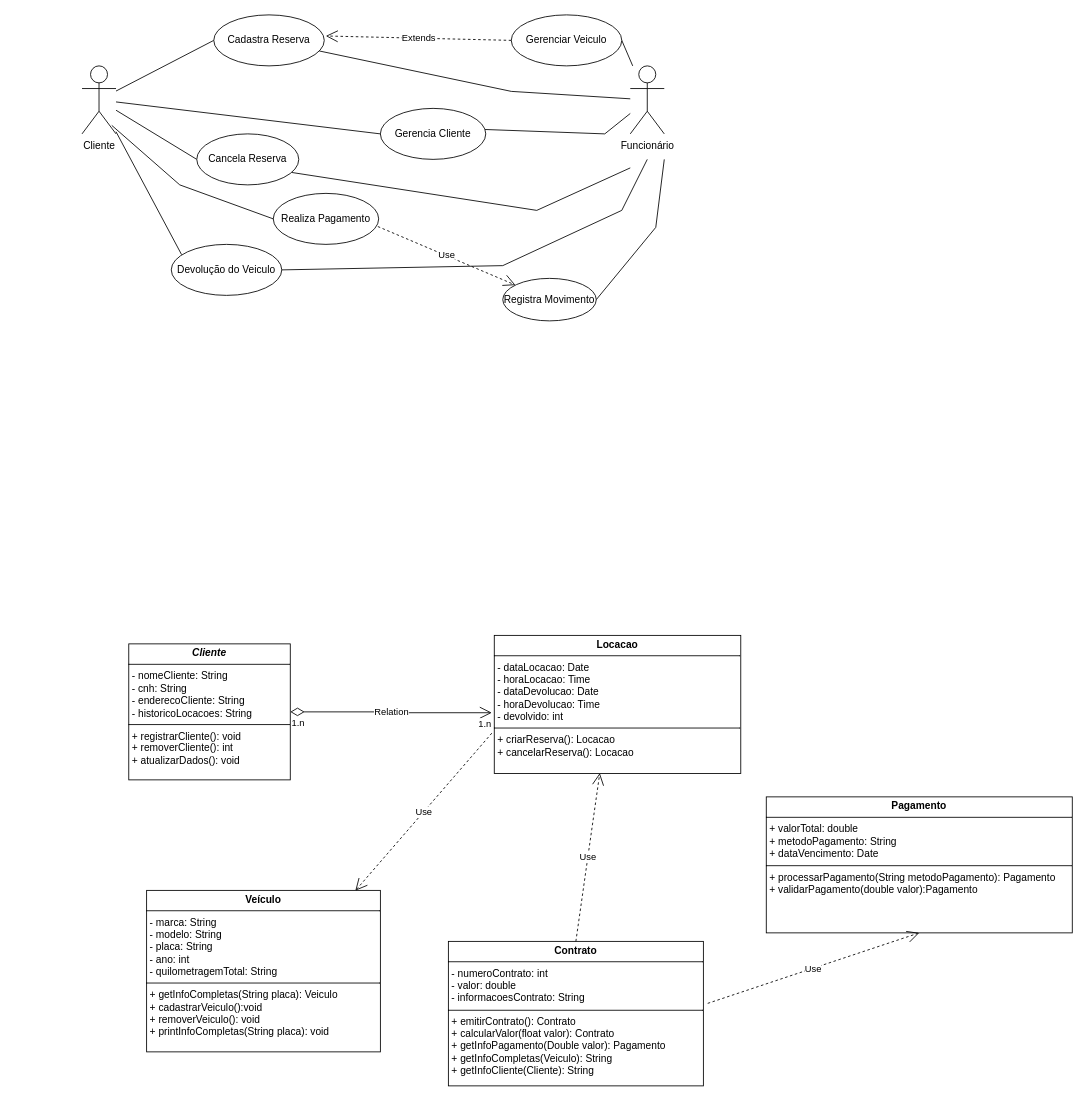
This is diagrama_casosUso.drawio from Thaynara3/mdc118, a draw.io file, before an edit. Source tidied: cells renumbered, new cells numbered last; positions are measured from the earlier drawing's top-left corner, leaving out a move shared by most shapes. Both pictures are drawn from the tidied source at 85%, with x=0, y=0 at pixel (82, 14).
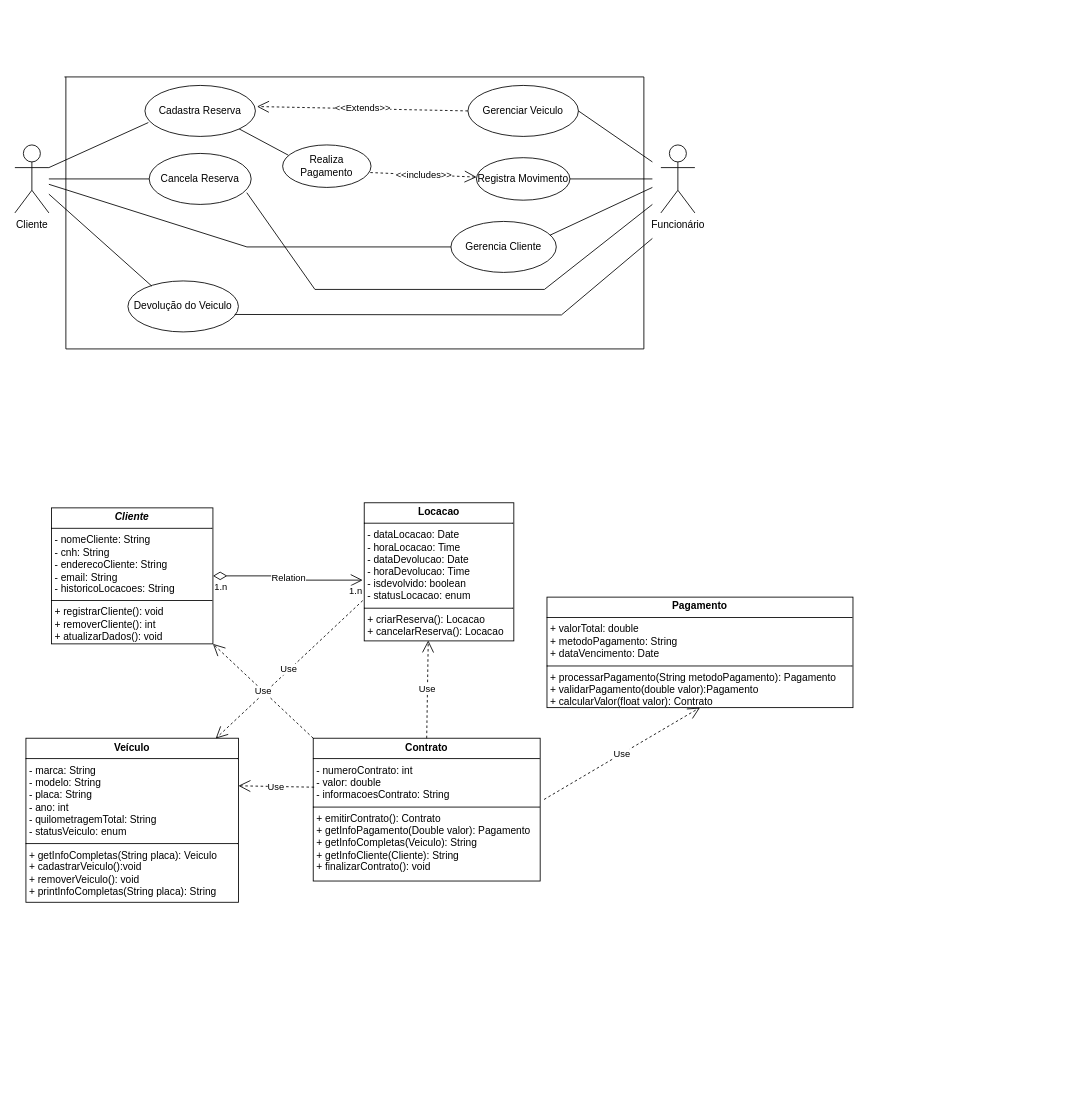
The same page after the edit.

Change to the diagram source:
```diff
@@
     <mxCell id="2" value="Cliente" style="shape=umlActor;verticalLabelPosition=bottom;verticalAlign=top;html=1;outlineConnect=0;" parent="1" vertex="1">
-      <mxGeometry y="60" width="40" height="80" as="geometry" />
+      <mxGeometry x="-79" y="153" width="40" height="80" as="geometry" />
     </mxCell>
     <mxCell id="3" value="Funcionário" style="shape=umlActor;verticalLabelPosition=bottom;verticalAlign=top;html=1;outlineConnect=0;" parent="1" vertex="1">
-      <mxGeometry x="645" y="60" width="40" height="80" as="geometry" />
+      <mxGeometry x="681" y="153" width="40" height="80" as="geometry" />
     </mxCell>
-    <mxCell id="4" style="endArrow=none;html=1;rounded=0;entryX=0;entryY=0.5;entryDx=0;entryDy=0;" parent="1" edge="1" source="2" target="24">
-      <mxGeometry relative="1" as="geometry" />
-    </mxCell>
-    <mxCell id="5" style="endArrow=none;html=1;rounded=0;entryX=0;entryY=0.5;entryDx=0;entryDy=0;" parent="1" edge="1" source="2" target="25">
-      <mxGeometry relative="1" as="geometry" />
-    </mxCell>
-    <mxCell id="6" style="endArrow=none;html=1;rounded=0;entryX=1;entryY=0.5;entryDx=0;entryDy=0;" parent="1" edge="1" source="3" target="20">
-      <mxGeometry relative="1" as="geometry" />
-    </mxCell>
-    <mxCell id="7" style="endArrow=none;html=1;rounded=0;entryX=0.993;entryY=0.414;entryDx=0;entryDy=0;entryPerimeter=0;" parent="1" edge="1" source="3" target="21">
-      <mxGeometry relative="1" as="geometry">
-        <Array as="points">
-          <mxPoint x="615" y="140" />
-        </Array>
-      </mxGeometry>
-    </mxCell>
-    <mxCell id="8" style="endArrow=none;html=1;rounded=0;entryX=1;entryY=0.5;entryDx=0;entryDy=0;" parent="1" edge="1" target="22">
-      <mxGeometry relative="1" as="geometry">
-        <mxPoint x="665" y="170" as="sourcePoint" />
-        <Array as="points">
-          <mxPoint x="635" y="230" />
-          <mxPoint x="495" y="295" />
-        </Array>
-      </mxGeometry>
-    </mxCell>
-    <mxCell id="9" value="&lt;p style=&quot;margin:0px;margin-top:4px;text-align:center;&quot;&gt;&lt;i&gt;&lt;b&gt;Cliente&lt;/b&gt;&lt;/i&gt;&lt;/p&gt;&lt;hr size=&quot;1&quot; style=&quot;border-style:solid;&quot;&gt;&lt;p style=&quot;margin:0px;margin-left:4px;&quot;&gt;- nomeCliente: String&lt;br&gt;- cnh: String&lt;/p&gt;&lt;p style=&quot;margin:0px;margin-left:4px;&quot;&gt;- enderecoCliente: String&lt;/p&gt;&lt;p style=&quot;margin:0px;margin-left:4px;&quot;&gt;- historicoLocacoes: String&lt;/p&gt;&lt;hr size=&quot;1&quot; style=&quot;border-style:solid;&quot;&gt;&lt;p style=&quot;margin:0px;margin-left:4px;&quot;&gt;+ registrarCliente(): void&lt;/p&gt;&lt;p style=&quot;margin:0px;margin-left:4px;&quot;&gt;+ removerCliente(): int&lt;br&gt;+ atualizarDados(): void&lt;/p&gt;" style="verticalAlign=top;align=left;overflow=fill;html=1;whiteSpace=wrap;" parent="1" vertex="1">
-      <mxGeometry x="55" y="740" width="190" height="160" as="geometry" />
+    <mxCell id="9" value="&lt;p style=&quot;margin:0px;margin-top:4px;text-align:center;&quot;&gt;&lt;i&gt;&lt;b&gt;Cliente&lt;/b&gt;&lt;/i&gt;&lt;/p&gt;&lt;hr size=&quot;1&quot; style=&quot;border-style:solid;&quot;&gt;&lt;p style=&quot;margin:0px;margin-left:4px;&quot;&gt;- nomeCliente: String&lt;br&gt;- cnh: String&lt;/p&gt;&lt;p style=&quot;margin:0px;margin-left:4px;&quot;&gt;- enderecoCliente: String&lt;/p&gt;&lt;p style=&quot;margin:0px;margin-left:4px;&quot;&gt;- email: String&lt;/p&gt;&lt;p style=&quot;margin:0px;margin-left:4px;&quot;&gt;- historicoLocacoes: String&lt;/p&gt;&lt;hr size=&quot;1&quot; style=&quot;border-style:solid;&quot;&gt;&lt;p style=&quot;margin:0px;margin-left:4px;&quot;&gt;+ registrarCliente(): void&lt;/p&gt;&lt;p style=&quot;margin:0px;margin-left:4px;&quot;&gt;+ removerCliente(): int&lt;br&gt;+ atualizarDados(): void&lt;/p&gt;" style="verticalAlign=top;align=left;overflow=fill;html=1;whiteSpace=wrap;" parent="1" vertex="1">
+      <mxGeometry x="-36" y="580" width="190" height="160" as="geometry" />
     </mxCell>
-    <mxCell id="10" value="&lt;p style=&quot;margin:0px;margin-top:4px;text-align:center;&quot;&gt;&lt;b&gt;Veículo&lt;/b&gt;&lt;/p&gt;&lt;hr size=&quot;1&quot; style=&quot;border-style:solid;&quot;&gt;&lt;p style=&quot;margin:0px;margin-left:4px;&quot;&gt;- marca: String&lt;/p&gt;&lt;p style=&quot;margin:0px;margin-left:4px;&quot;&gt;- modelo: String&lt;/p&gt;&lt;p style=&quot;margin:0px;margin-left:4px;&quot;&gt;- placa: String&lt;/p&gt;&lt;p style=&quot;margin:0px;margin-left:4px;&quot;&gt;- ano: int&lt;/p&gt;&lt;p style=&quot;margin:0px;margin-left:4px;&quot;&gt;- quilometragemTotal: String&lt;/p&gt;&lt;hr size=&quot;1&quot; style=&quot;border-style:solid;&quot;&gt;&lt;p style=&quot;margin:0px;margin-left:4px;&quot;&gt;+ getInfoCompletas(String placa): Veiculo&lt;/p&gt;&lt;p style=&quot;margin:0px;margin-left:4px;&quot;&gt;+ cadastrarVeiculo():void&lt;/p&gt;&lt;p style=&quot;margin:0px;margin-left:4px;&quot;&gt;+ removerVeiculo(): void&lt;/p&gt;&lt;p style=&quot;margin:0px;margin-left:4px;&quot;&gt;+ printInfoCompletas(String placa): void&lt;/p&gt;" style="verticalAlign=top;align=left;overflow=fill;html=1;whiteSpace=wrap;" parent="1" vertex="1">
-      <mxGeometry x="76" y="1030" width="275" height="190" as="geometry" />
+    <mxCell id="10" value="&lt;p style=&quot;margin:0px;margin-top:4px;text-align:center;&quot;&gt;&lt;b&gt;Veículo&lt;/b&gt;&lt;/p&gt;&lt;hr size=&quot;1&quot; style=&quot;border-style:solid;&quot;&gt;&lt;p style=&quot;margin:0px;margin-left:4px;&quot;&gt;- marca: String&lt;/p&gt;&lt;p style=&quot;margin:0px;margin-left:4px;&quot;&gt;- modelo: String&lt;/p&gt;&lt;p style=&quot;margin:0px;margin-left:4px;&quot;&gt;- placa: String&lt;/p&gt;&lt;p style=&quot;margin:0px;margin-left:4px;&quot;&gt;- ano: int&lt;/p&gt;&lt;p style=&quot;margin:0px;margin-left:4px;&quot;&gt;- quilometragemTotal: String&lt;/p&gt;&lt;p style=&quot;margin:0px;margin-left:4px;&quot;&gt;- statusVeiculo: enum&lt;/p&gt;&lt;hr size=&quot;1&quot; style=&quot;border-style:solid;&quot;&gt;&lt;p style=&quot;margin:0px;margin-left:4px;&quot;&gt;+ getInfoCompletas(String placa): Veiculo&lt;/p&gt;&lt;p style=&quot;margin:0px;margin-left:4px;&quot;&gt;+ cadastrarVeiculo():void&lt;/p&gt;&lt;p style=&quot;margin:0px;margin-left:4px;&quot;&gt;+ removerVeiculo(): void&lt;/p&gt;&lt;p style=&quot;margin:0px;margin-left:4px;&quot;&gt;+ printInfoCompletas(String placa): String&lt;/p&gt;" style="verticalAlign=top;align=left;overflow=fill;html=1;whiteSpace=wrap;" parent="1" vertex="1">
+      <mxGeometry x="-66" y="851" width="250" height="193" as="geometry" />
     </mxCell>
-    <mxCell id="11" value="&lt;p style=&quot;margin:0px;margin-top:4px;text-align:center;&quot;&gt;&lt;b&gt;Locacao&lt;/b&gt;&lt;/p&gt;&lt;hr size=&quot;1&quot; style=&quot;border-style:solid;&quot;&gt;&lt;p style=&quot;margin:0px;margin-left:4px;&quot;&gt;&lt;span style=&quot;background-color: initial;&quot;&gt;- dataLocacao: Date&lt;/span&gt;&lt;br&gt;&lt;/p&gt;&lt;p style=&quot;margin:0px;margin-left:4px;&quot;&gt;- horaLocacao: Time&lt;/p&gt;&lt;p style=&quot;margin:0px;margin-left:4px;&quot;&gt;- dataDevolucao: Date&lt;/p&gt;&lt;p style=&quot;margin:0px;margin-left:4px;&quot;&gt;- horaDevolucao: Time&lt;/p&gt;&lt;p style=&quot;margin:0px;margin-left:4px;&quot;&gt;- devolvido: int&lt;/p&gt;&lt;hr size=&quot;1&quot; style=&quot;border-style:solid;&quot;&gt;&lt;p style=&quot;margin:0px;margin-left:4px;&quot;&gt;+ criarReserva(): Locacao&lt;/p&gt;&lt;p style=&quot;margin:0px;margin-left:4px;&quot;&gt;+ cancelarReserva(): Locacao&lt;/p&gt;&lt;p style=&quot;margin:0px;margin-left:4px;&quot;&gt;&lt;br&gt;&lt;/p&gt;" style="verticalAlign=top;align=left;overflow=fill;html=1;whiteSpace=wrap;" parent="1" vertex="1">
-      <mxGeometry x="485" y="730" width="290" height="162.5" as="geometry" />
+    <mxCell id="11" value="&lt;p style=&quot;margin:0px;margin-top:4px;text-align:center;&quot;&gt;&lt;b&gt;Locacao&lt;/b&gt;&lt;/p&gt;&lt;hr size=&quot;1&quot; style=&quot;border-style:solid;&quot;&gt;&lt;p style=&quot;margin:0px;margin-left:4px;&quot;&gt;&lt;span style=&quot;background-color: initial;&quot;&gt;- dataLocacao: Date&lt;/span&gt;&lt;br&gt;&lt;/p&gt;&lt;p style=&quot;margin:0px;margin-left:4px;&quot;&gt;- horaLocacao: Time&lt;/p&gt;&lt;p style=&quot;margin:0px;margin-left:4px;&quot;&gt;- dataDevolucao: Date&lt;/p&gt;&lt;p style=&quot;margin:0px;margin-left:4px;&quot;&gt;- horaDevolucao: Time&lt;/p&gt;&lt;p style=&quot;margin:0px;margin-left:4px;&quot;&gt;- isdevolvido: boolean&lt;/p&gt;&lt;p style=&quot;margin:0px;margin-left:4px;&quot;&gt;- statusLocacao: enum&lt;/p&gt;&lt;hr size=&quot;1&quot; style=&quot;border-style:solid;&quot;&gt;&lt;p style=&quot;margin:0px;margin-left:4px;&quot;&gt;+ criarReserva(): Locacao&lt;/p&gt;&lt;p style=&quot;margin:0px;margin-left:4px;&quot;&gt;+ cancelarReserva(): Locacao&lt;/p&gt;&lt;p style=&quot;margin:0px;margin-left:4px;&quot;&gt;&lt;br&gt;&lt;/p&gt;" style="verticalAlign=top;align=left;overflow=fill;html=1;whiteSpace=wrap;" parent="1" vertex="1">
+      <mxGeometry x="332" y="574" width="176" height="162.5" as="geometry" />
     </mxCell>
-    <mxCell id="12" value="&lt;p style=&quot;margin:0px;margin-top:4px;text-align:center;&quot;&gt;&lt;b&gt;Contrato&lt;/b&gt;&lt;/p&gt;&lt;hr size=&quot;1&quot; style=&quot;border-style:solid;&quot;&gt;&lt;p style=&quot;margin:0px;margin-left:4px;&quot;&gt;- numeroContrato: int&lt;/p&gt;&lt;p style=&quot;margin:0px;margin-left:4px;&quot;&gt;- valor: double&lt;/p&gt;&lt;p style=&quot;margin:0px;margin-left:4px;&quot;&gt;- informacoesContrato: String&lt;/p&gt;&lt;hr size=&quot;1&quot; style=&quot;border-style:solid;&quot;&gt;&lt;p style=&quot;margin:0px;margin-left:4px;&quot;&gt;+ emitirContrato(): Contrato&lt;/p&gt;&lt;p style=&quot;margin:0px;margin-left:4px;&quot;&gt;+ calcularValor(float valor): Contrato&lt;/p&gt;&lt;p style=&quot;margin:0px;margin-left:4px;&quot;&gt;+ getInfoPagamento(Double valor): Pagamento&lt;/p&gt;&lt;p style=&quot;margin: 0px 0px 0px 4px;&quot;&gt;+ getInfoCompletas(Veiculo): String&lt;/p&gt;&lt;p style=&quot;margin: 0px 0px 0px 4px;&quot;&gt;+ getInfoCliente(Cliente): String&lt;/p&gt;" style="verticalAlign=top;align=left;overflow=fill;html=1;whiteSpace=wrap;" parent="1" vertex="1">
-      <mxGeometry x="431" y="1090" width="300" height="170" as="geometry" />
+    <mxCell id="12" value="&lt;p style=&quot;margin:0px;margin-top:4px;text-align:center;&quot;&gt;&lt;b&gt;Contrato&lt;/b&gt;&lt;/p&gt;&lt;hr size=&quot;1&quot; style=&quot;border-style:solid;&quot;&gt;&lt;p style=&quot;margin:0px;margin-left:4px;&quot;&gt;- numeroContrato: int&lt;/p&gt;&lt;p style=&quot;margin:0px;margin-left:4px;&quot;&gt;- valor: double&lt;/p&gt;&lt;p style=&quot;margin:0px;margin-left:4px;&quot;&gt;- informacoesContrato: String&lt;/p&gt;&lt;hr size=&quot;1&quot; style=&quot;border-style:solid;&quot;&gt;&lt;p style=&quot;margin:0px;margin-left:4px;&quot;&gt;+ emitirContrato(): Contrato&lt;/p&gt;&lt;p style=&quot;margin:0px;margin-left:4px;&quot;&gt;+ getInfoPagamento(Double valor): Pagamento&lt;/p&gt;&lt;p style=&quot;margin: 0px 0px 0px 4px;&quot;&gt;+ getInfoCompletas(Veiculo): String&lt;/p&gt;&lt;p style=&quot;margin: 0px 0px 0px 4px;&quot;&gt;+ getInfoCliente(Cliente): String&lt;/p&gt;&lt;p style=&quot;margin: 0px 0px 0px 4px;&quot;&gt;+ finalizarContrato(): void&lt;/p&gt;" style="verticalAlign=top;align=left;overflow=fill;html=1;whiteSpace=wrap;" parent="1" vertex="1">
+      <mxGeometry x="272" y="851" width="267" height="168" as="geometry" />
     </mxCell>
-    <mxCell id="13" value="&lt;p style=&quot;margin:0px;margin-top:4px;text-align:center;&quot;&gt;&lt;b&gt;Pagamento&lt;/b&gt;&lt;/p&gt;&lt;hr size=&quot;1&quot; style=&quot;border-style:solid;&quot;&gt;&lt;p style=&quot;margin:0px;margin-left:4px;&quot;&gt;+ valorTotal: double&lt;/p&gt;&lt;p style=&quot;margin:0px;margin-left:4px;&quot;&gt;+ metodoPagamento: String&lt;/p&gt;&lt;p style=&quot;margin:0px;margin-left:4px;&quot;&gt;+ dataVencimento: Date&lt;/p&gt;&lt;hr size=&quot;1&quot; style=&quot;border-style:solid;&quot;&gt;&lt;p style=&quot;margin:0px;margin-left:4px;&quot;&gt;+ processarPagamento(String metodoPagamento): Pagamento&lt;/p&gt;&lt;p style=&quot;margin:0px;margin-left:4px;&quot;&gt;+ validarPagamento(double valor):Pagamento&lt;/p&gt;" style="verticalAlign=top;align=left;overflow=fill;html=1;whiteSpace=wrap;" parent="1" vertex="1">
-      <mxGeometry x="805" y="920" width="360" height="160" as="geometry" />
+    <mxCell id="13" value="&lt;p style=&quot;margin:0px;margin-top:4px;text-align:center;&quot;&gt;&lt;b&gt;Pagamento&lt;/b&gt;&lt;/p&gt;&lt;hr size=&quot;1&quot; style=&quot;border-style:solid;&quot;&gt;&lt;p style=&quot;margin:0px;margin-left:4px;&quot;&gt;+ valorTotal: double&lt;/p&gt;&lt;p style=&quot;margin:0px;margin-left:4px;&quot;&gt;+ metodoPagamento: String&lt;/p&gt;&lt;p style=&quot;margin:0px;margin-left:4px;&quot;&gt;+ dataVencimento: Date&lt;/p&gt;&lt;hr size=&quot;1&quot; style=&quot;border-style:solid;&quot;&gt;&lt;p style=&quot;margin:0px;margin-left:4px;&quot;&gt;+ processarPagamento(String metodoPagamento): Pagamento&lt;/p&gt;&lt;p style=&quot;margin:0px;margin-left:4px;&quot;&gt;+ validarPagamento(double valor):Pagamento&lt;/p&gt;&lt;p style=&quot;margin:0px;margin-left:4px;&quot;&gt;+ calcularValor(float valor): Contrato&lt;br&gt;&lt;/p&gt;" style="verticalAlign=top;align=left;overflow=fill;html=1;whiteSpace=wrap;" parent="1" vertex="1">
+      <mxGeometry x="547" y="685" width="360" height="130" as="geometry" />
     </mxCell>
@@
     <mxCell id="20" value="Gerenciar Veiculo" style="ellipse;whiteSpace=wrap;html=1;" parent="1" vertex="1">
-      <mxGeometry x="505" width="130" height="60" as="geometry" />
+      <mxGeometry x="454" y="83" width="130" height="60" as="geometry" />
     </mxCell>
     <mxCell id="21" value="Gerencia Cliente" style="ellipse;whiteSpace=wrap;html=1;" parent="1" vertex="1">
-      <mxGeometry x="351" y="110" width="124" height="60" as="geometry" />
+      <mxGeometry x="434" y="243" width="124" height="60" as="geometry" />
     </mxCell>
     <mxCell id="22" value="Devolução do Veiculo" style="ellipse;whiteSpace=wrap;html=1;" parent="1" vertex="1">
-      <mxGeometry x="105" y="270" width="130" height="60" as="geometry" />
+      <mxGeometry x="54" y="313" width="130" height="60" as="geometry" />
     </mxCell>
-    <mxCell id="23" style="endArrow=none;html=1;rounded=0;entryX=0.093;entryY=0.2;entryDx=0;entryDy=0;entryPerimeter=0;" parent="1" edge="1" source="2" target="22">
-      <mxGeometry relative="1" as="geometry" />
-    </mxCell>
     <mxCell id="24" value="Cadastra Reserva" style="ellipse;whiteSpace=wrap;html=1;" parent="1" vertex="1">
-      <mxGeometry x="155" width="130" height="60" as="geometry" />
+      <mxGeometry x="74" y="83" width="130" height="60" as="geometry" />
     </mxCell>
     <mxCell id="25" value="Cancela Reserva" style="ellipse;whiteSpace=wrap;html=1;" parent="1" vertex="1">
-      <mxGeometry x="135" y="140" width="120" height="60" as="geometry" />
+      <mxGeometry x="79" y="163" width="120" height="60" as="geometry" />
     </mxCell>
-    <mxCell id="26" style="endArrow=none;html=1;rounded=0;" parent="1" edge="1" source="3" target="24">
-      <mxGeometry relative="1" as="geometry">
-        <Array as="points">
-          <mxPoint x="505" y="90" />
-        </Array>
-      </mxGeometry>
-    </mxCell>
-    <mxCell id="27" value="Extends" style="endArrow=open;endSize=12;dashed=1;html=1;rounded=0;entryX=1.014;entryY=0.414;entryDx=0;entryDy=0;entryPerimeter=0;exitX=0;exitY=0.5;exitDx=0;exitDy=0;" parent="1" edge="1" source="20" target="24">
+    <mxCell id="27" value="&amp;lt;&amp;lt;Extends&amp;gt;&amp;gt;" style="endArrow=open;endSize=12;dashed=1;html=1;rounded=0;entryX=1.014;entryY=0.414;entryDx=0;entryDy=0;entryPerimeter=0;exitX=0;exitY=0.5;exitDx=0;exitDy=0;" parent="1" edge="1" source="20" target="24">
       <mxGeometry relative="1" as="geometry" />
     </mxCell>
-    <mxCell id="28" style="endArrow=none;html=1;rounded=0;exitX=0.932;exitY=0.757;exitDx=0;exitDy=0;exitPerimeter=0;" parent="1" edge="1" source="25">
-      <mxGeometry relative="1" as="geometry">
-        <mxPoint x="645" y="180" as="targetPoint" />
-        <Array as="points">
-          <mxPoint x="535" y="230" />
-          <mxPoint x="645" y="180" />
-        </Array>
-      </mxGeometry>
-    </mxCell>
     <mxCell id="29" value="Realiza Pagamento" style="ellipse;whiteSpace=wrap;html=1;" parent="1" vertex="1">
-      <mxGeometry x="225" y="210" width="124" height="60" as="geometry" />
+      <mxGeometry x="236" y="153" width="104" height="50" as="geometry" />
     </mxCell>
-    <mxCell id="30" style="endArrow=none;html=1;rounded=0;entryX=0;entryY=0.5;entryDx=0;entryDy=0;" parent="1" edge="1" source="2" target="21">
-      <mxGeometry relative="1" as="geometry" />
-    </mxCell>
-    <mxCell id="31" style="endArrow=none;html=1;rounded=0;entryX=0;entryY=0.5;entryDx=0;entryDy=0;exitX=0.875;exitY=0.875;exitDx=0;exitDy=0;exitPerimeter=0;" parent="1" edge="1" source="2" target="29">
-      <mxGeometry relative="1" as="geometry">
-        <Array as="points">
-          <mxPoint x="115" y="200" />
-        </Array>
-      </mxGeometry>
-    </mxCell>
-    <mxCell id="32" value="Use" style="endArrow=open;endSize=12;dashed=1;html=1;rounded=0;exitX=0.992;exitY=0.65;exitDx=0;exitDy=0;exitPerimeter=0;" parent="1" edge="1" source="29" target="33">
+    <mxCell id="32" value="&amp;lt;&amp;lt;includes&amp;gt;&amp;gt;" style="endArrow=open;endSize=12;dashed=1;html=1;rounded=0;exitX=0.992;exitY=0.65;exitDx=0;exitDy=0;exitPerimeter=0;" parent="1" edge="1" source="29" target="33">
       <mxGeometry relative="1" as="geometry" />
     </mxCell>
     <mxCell id="33" value="Registra Movimento" style="ellipse;whiteSpace=wrap;html=1;" parent="1" vertex="1">
-      <mxGeometry x="495" y="310" width="110" height="50" as="geometry" />
+      <mxGeometry x="464" y="168" width="110" height="50" as="geometry" />
     </mxCell>
-    <mxCell id="34" style="endArrow=none;html=1;rounded=0;exitX=1;exitY=0.5;exitDx=0;exitDy=0;" parent="1" edge="1" source="33">
-      <mxGeometry relative="1" as="geometry">
-        <mxPoint x="685" y="170" as="targetPoint" />
-        <Array as="points">
-          <mxPoint x="675" y="250" />
-        </Array>
-      </mxGeometry>
-    </mxCell>
+    <mxCell id="4" style="endArrow=none;html=1;rounded=0;entryX=0.031;entryY=0.728;entryDx=0;entryDy=0;entryPerimeter=0;exitX=1;exitY=0.3333333333333333;exitDx=0;exitDy=0;exitPerimeter=0;" parent="1" edge="1" source="2" target="24">
+      <mxGeometry relative="1" as="geometry" />
+    </mxCell>
+    <mxCell id="5" style="endArrow=none;html=1;rounded=0;entryX=0;entryY=0.5;entryDx=0;entryDy=0;" parent="1" edge="1" source="2" target="25">
+      <mxGeometry relative="1" as="geometry" />
+    </mxCell>
+    <mxCell id="35" style="endArrow=none;html=1;rounded=0;exitX=1;exitY=1;exitDx=0;exitDy=0;entryX=0.065;entryY=0.242;entryDx=0;entryDy=0;entryPerimeter=0;" parent="1" edge="1" source="24" target="29">
+      <mxGeometry relative="1" as="geometry" />
+    </mxCell>
+    <mxCell id="36" style="endArrow=none;html=1;rounded=0;" parent="1" edge="1" source="33">
+      <mxGeometry relative="1" as="geometry">
+        <mxPoint x="671" y="193" as="targetPoint" />
+      </mxGeometry>
+    </mxCell>
+    <mxCell id="37" style="endArrow=none;html=1;rounded=0;exitX=1;exitY=0.5;exitDx=0;exitDy=0;" parent="1" edge="1" source="20">
+      <mxGeometry relative="1" as="geometry">
+        <mxPoint x="671" y="173" as="targetPoint" />
+      </mxGeometry>
+    </mxCell>
+    <mxCell id="23" style="endArrow=none;html=1;rounded=0;entryX=0.217;entryY=0.103;entryDx=0;entryDy=0;entryPerimeter=0;" parent="1" edge="1" source="2" target="22">
+      <mxGeometry relative="1" as="geometry" />
+    </mxCell>
+    <mxCell id="38" style="endArrow=none;html=1;rounded=0;exitX=0.967;exitY=0.658;exitDx=0;exitDy=0;exitPerimeter=0;" parent="1" edge="1" source="22">
+      <mxGeometry relative="1" as="geometry">
+        <mxPoint x="671" y="263" as="targetPoint" />
+        <Array as="points">
+          <mxPoint x="564" y="353" />
+        </Array>
+      </mxGeometry>
+    </mxCell>
+    <mxCell id="39" style="endArrow=none;html=1;rounded=0;exitX=0.94;exitY=0.27;exitDx=0;exitDy=0;exitPerimeter=0;" parent="1" edge="1" source="21">
+      <mxGeometry relative="1" as="geometry">
+        <mxPoint x="671" y="203" as="targetPoint" />
+      </mxGeometry>
+    </mxCell>
+    <mxCell id="30" style="endArrow=none;html=1;rounded=0;entryX=0;entryY=0.5;entryDx=0;entryDy=0;" parent="1" edge="1" source="2" target="21">
+      <mxGeometry relative="1" as="geometry">
+        <Array as="points">
+          <mxPoint x="194" y="273" />
+        </Array>
+      </mxGeometry>
+    </mxCell>
+    <mxCell id="40" style="endArrow=none;html=1;rounded=0;exitX=0.957;exitY=0.77;exitDx=0;exitDy=0;exitPerimeter=0;" parent="1" edge="1" source="25">
+      <mxGeometry relative="1" as="geometry">
+        <mxPoint x="671" y="223" as="targetPoint" />
+        <Array as="points">
+          <mxPoint x="274" y="323" />
+          <mxPoint x="544" y="323" />
+        </Array>
+      </mxGeometry>
+    </mxCell>
+    <mxCell id="41" style="endArrow=none;html=1;rounded=0;" parent="1" edge="1">
+      <mxGeometry relative="1" as="geometry">
+        <mxPoint x="-19" y="393" as="sourcePoint" />
+        <mxPoint x="-19" y="73" as="targetPoint" />
+      </mxGeometry>
+    </mxCell>
+    <mxCell id="42" style="endArrow=none;html=1;rounded=0;" parent="1" edge="1">
+      <mxGeometry relative="1" as="geometry">
+        <mxPoint x="-19" y="393" as="sourcePoint" />
+        <mxPoint x="661" y="393" as="targetPoint" />
+      </mxGeometry>
+    </mxCell>
+    <mxCell id="43" style="endArrow=none;html=1;rounded=0;" parent="1" edge="1">
+      <mxGeometry relative="1" as="geometry">
+        <mxPoint x="661" y="393" as="sourcePoint" />
+        <mxPoint x="661" y="73" as="targetPoint" />
+      </mxGeometry>
+    </mxCell>
+    <mxCell id="44" style="endArrow=none;html=1;rounded=0;" parent="1" edge="1">
+      <mxGeometry relative="1" as="geometry">
+        <mxPoint x="-20.7" y="73" as="sourcePoint" />
+        <mxPoint x="661" y="73" as="targetPoint" />
+      </mxGeometry>
+    </mxCell>
+    <mxCell id="45" value="Use" style="endArrow=open;endSize=12;dashed=1;html=1;rounded=0;entryX=1;entryY=1;entryDx=0;entryDy=0;exitX=0;exitY=0;exitDx=0;exitDy=0;" parent="1" edge="1" source="12" target="9">
+      <mxGeometry relative="1" as="geometry" />
+    </mxCell>
+    <mxCell id="46" value="Use" style="endArrow=open;endSize=12;dashed=1;html=1;rounded=0;entryX=1;entryY=0.29;entryDx=0;entryDy=0;exitX=0.004;exitY=0.343;exitDx=0;exitDy=0;exitPerimeter=0;entryPerimeter=0;" parent="1" edge="1" source="12" target="10">
+      <mxGeometry relative="1" as="geometry" />
+    </mxCell>
```
